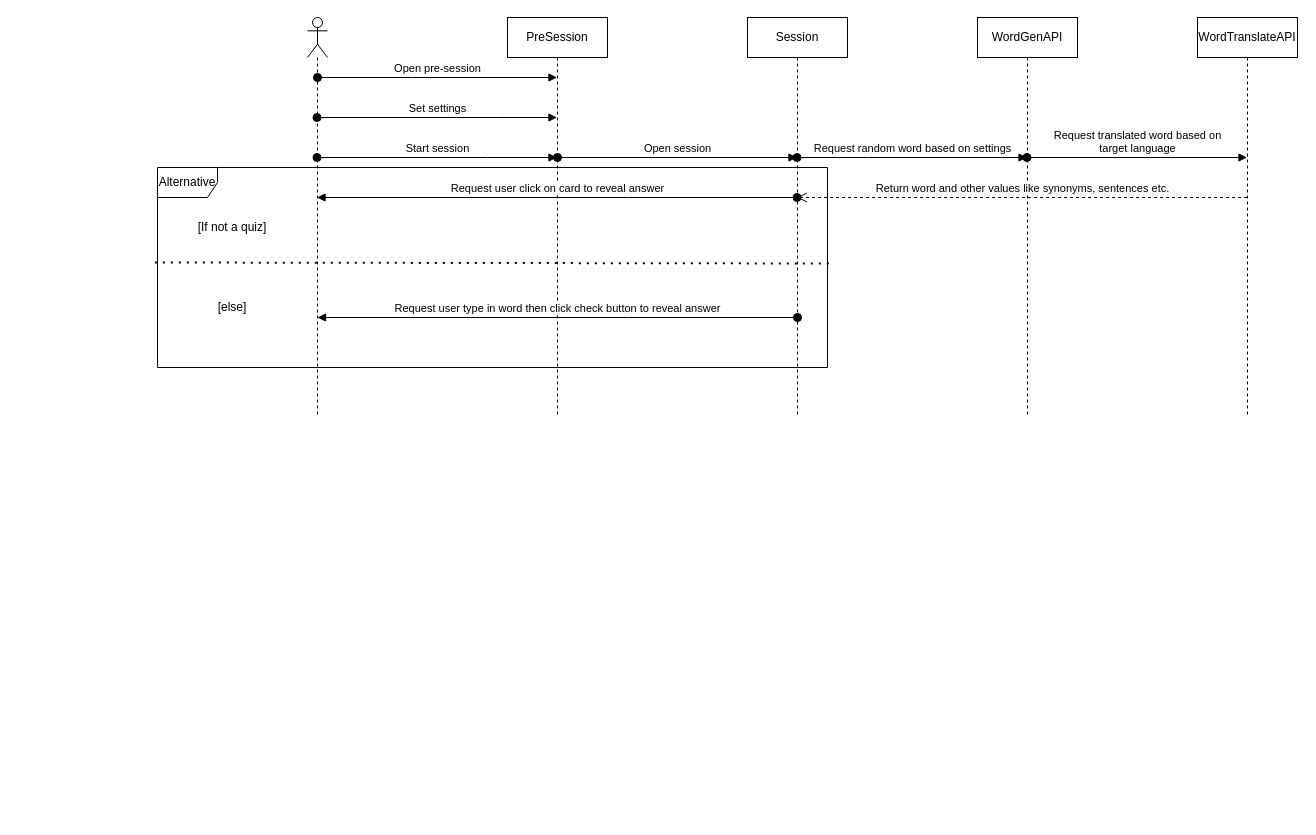
Above: docs/diagrams/sequence/linguaFlashSessionSequenceDiagram.drawio in empty-works/lingua-flash (draw.io), before the change. Source tidied: cells renumbered, new cells numbered last; positions are measured from the earlier drawing's top-left corner, leaving out a move shared by most shapes. Both pictures are drawn from the tidied source at 100%, with x=0, y=0 at pixel (157, 17).
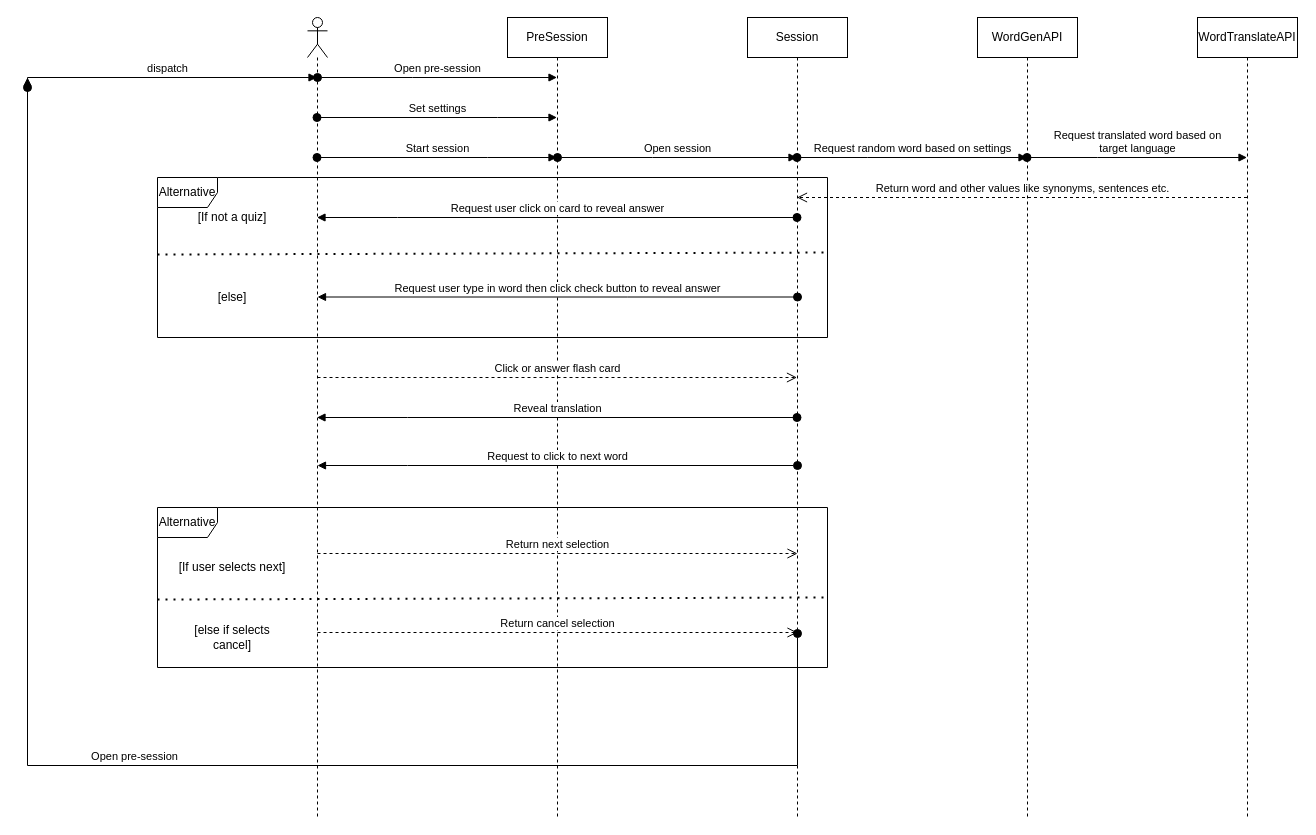
Above is the later version.

Commit message:
Update linguaFlashSessionSequenceDiagram.drawio - how to handle flash card functionality

Diff of the diagram source:
```diff
@@
     <mxCell id="2" style="shape=umlLifeline;perimeter=lifelinePerimeter;whiteSpace=wrap;html=1;outlineConnect=0;portConstraint=eastwest;newEdgeStyle={&quot;edgeStyle&quot;:&quot;elbowEdgeStyle&quot;,&quot;elbow&quot;:&quot;vertical&quot;,&quot;curved&quot;:0,&quot;rounded&quot;:0};participant=umlActor;" parent="1" vertex="1">
-      <mxGeometry x="150" width="20" height="400" as="geometry" />
+      <mxGeometry x="150" width="20" height="800" as="geometry" />
     </mxCell>
     <mxCell id="3" value="PreSession" style="shape=umlLifeline;perimeter=lifelinePerimeter;whiteSpace=wrap;html=1;outlineConnect=0;portConstraint=eastwest;newEdgeStyle={&quot;edgeStyle&quot;:&quot;elbowEdgeStyle&quot;,&quot;elbow&quot;:&quot;vertical&quot;,&quot;curved&quot;:0,&quot;rounded&quot;:0};" parent="1" vertex="1">
-      <mxGeometry x="350" width="100" height="400" as="geometry" />
+      <mxGeometry x="350" width="100" height="800" as="geometry" />
     </mxCell>
@@
     <mxCell id="6" value="Session" style="shape=umlLifeline;perimeter=lifelinePerimeter;whiteSpace=wrap;html=1;outlineConnect=0;portConstraint=eastwest;newEdgeStyle={&quot;edgeStyle&quot;:&quot;elbowEdgeStyle&quot;,&quot;elbow&quot;:&quot;vertical&quot;,&quot;curved&quot;:0,&quot;rounded&quot;:0};" parent="1" vertex="1">
-      <mxGeometry x="590" width="100" height="400" as="geometry" />
+      <mxGeometry x="590" width="100" height="800" as="geometry" />
     </mxCell>
@@
     <mxCell id="9" value="WordGenAPI" style="shape=umlLifeline;perimeter=lifelinePerimeter;whiteSpace=wrap;html=1;outlineConnect=0;portConstraint=eastwest;newEdgeStyle={&quot;edgeStyle&quot;:&quot;elbowEdgeStyle&quot;,&quot;elbow&quot;:&quot;vertical&quot;,&quot;curved&quot;:0,&quot;rounded&quot;:0};" parent="1" vertex="1">
-      <mxGeometry x="820" width="100" height="400" as="geometry" />
+      <mxGeometry x="820" width="100" height="800" as="geometry" />
     </mxCell>
     <mxCell id="10" value="WordTranslateAPI" style="shape=umlLifeline;perimeter=lifelinePerimeter;whiteSpace=wrap;html=1;outlineConnect=0;portConstraint=eastwest;newEdgeStyle={&quot;edgeStyle&quot;:&quot;elbowEdgeStyle&quot;,&quot;elbow&quot;:&quot;vertical&quot;,&quot;curved&quot;:0,&quot;rounded&quot;:0};" parent="1" vertex="1">
-      <mxGeometry x="1040" width="100" height="400" as="geometry" />
+      <mxGeometry x="1040" width="100" height="800" as="geometry" />
     </mxCell>
@@
     <mxCell id="14" value="Request user click on card to reveal answer" style="html=1;verticalAlign=bottom;startArrow=oval;startFill=1;endArrow=block;startSize=8;edgeStyle=elbowEdgeStyle;elbow=vertical;curved=0;rounded=0;" parent="1" edge="1" source="6" target="2">
       <mxGeometry relative="1" as="geometry">
         <Array as="points">
+          <mxPoint x="240" y="200" />
           <mxPoint x="470" y="180" />
         </Array>
       </mxGeometry>
     </mxCell>
     <mxCell id="15" value="&lt;div&gt;Alternative&lt;/div&gt;" style="shape=umlFrame;whiteSpace=wrap;html=1;" parent="1" vertex="1">
-      <mxGeometry y="150" width="670" height="200" as="geometry" />
+      <mxGeometry y="160" width="670" height="160" as="geometry" />
     </mxCell>
-    <mxCell id="16" style="endArrow=none;dashed=1;html=1;dashPattern=1 3;strokeWidth=2;rounded=0;exitX=-0.004;exitY=0.475;exitDx=0;exitDy=0;exitPerimeter=0;entryX=1.004;entryY=0.48;entryDx=0;entryDy=0;entryPerimeter=0;" parent="1" edge="1" source="15" target="15">
-      <mxGeometry relative="1" as="geometry" />
+    <mxCell id="16" style="endArrow=none;dashed=1;html=1;dashPattern=1 3;strokeWidth=2;rounded=0;entryX=1.003;entryY=0.469;entryDx=0;entryDy=0;entryPerimeter=0;" parent="1" edge="1" target="15">
+      <mxGeometry relative="1" as="geometry">
+        <mxPoint y="237" as="sourcePoint" />
+      </mxGeometry>
     </mxCell>
     <mxCell id="17" value="[If not a quiz]" style="text;html=1;strokeColor=none;fillColor=none;align=center;verticalAlign=middle;whiteSpace=wrap;rounded=0;" parent="1" vertex="1">
-      <mxGeometry x="20" y="190" width="110" height="40" as="geometry" />
+      <mxGeometry x="20" y="180" width="110" height="40" as="geometry" />
     </mxCell>
     <mxCell id="18" value="[else]" style="text;html=1;strokeColor=none;fillColor=none;align=center;verticalAlign=middle;whiteSpace=wrap;rounded=0;" parent="1" vertex="1">
-      <mxGeometry x="20" y="270" width="110" height="40" as="geometry" />
+      <mxGeometry x="20" y="260" width="110" height="40" as="geometry" />
     </mxCell>
     <mxCell id="19" value="Request user type in word then click check button to reveal answer" style="html=1;verticalAlign=bottom;startArrow=oval;startFill=1;endArrow=block;startSize=8;edgeStyle=elbowEdgeStyle;elbow=vertical;curved=0;rounded=0;" parent="1" edge="1">
       <mxGeometry relative="1" as="geometry">
-        <mxPoint x="640" y="300" as="sourcePoint" />
-        <mxPoint x="160" y="300" as="targetPoint" />
+        <mxPoint x="640" y="279.5" as="sourcePoint" />
+        <mxPoint x="160" y="279.5" as="targetPoint" />
         <Array as="points">
-          <mxPoint x="470" y="300" />
+          <mxPoint x="470" y="279.5" />
         </Array>
       </mxGeometry>
     </mxCell>
+    <mxCell id="20" value="Click or answer flash card" style="html=1;verticalAlign=bottom;endArrow=open;dashed=1;endSize=8;edgeStyle=elbowEdgeStyle;elbow=vertical;curved=0;rounded=0;" parent="1" edge="1" target="6">
+      <mxGeometry relative="1" as="geometry">
+        <mxPoint x="160" y="360" as="sourcePoint" />
+      </mxGeometry>
+    </mxCell>
+    <mxCell id="21" value="Reveal translation" style="html=1;verticalAlign=bottom;startArrow=oval;startFill=1;endArrow=block;startSize=8;edgeStyle=elbowEdgeStyle;elbow=vertical;curved=0;rounded=0;" parent="1" edge="1" source="6" target="2">
+      <mxGeometry relative="1" as="geometry">
+        <Array as="points">
+          <mxPoint x="250" y="400" />
+        </Array>
+      </mxGeometry>
+    </mxCell>
+    <mxCell id="22" value="Request to click to next word" style="html=1;verticalAlign=bottom;startArrow=oval;startFill=1;endArrow=block;startSize=8;edgeStyle=elbowEdgeStyle;elbow=vertical;curved=0;rounded=0;" parent="1" edge="1">
+      <mxGeometry relative="1" as="geometry">
+        <mxPoint x="640" y="448" as="sourcePoint" />
+        <mxPoint x="160" y="448" as="targetPoint" />
+        <Array as="points">
+          <mxPoint x="250" y="448" />
+        </Array>
+      </mxGeometry>
+    </mxCell>
+    <mxCell id="23" value="&lt;div&gt;Alternative&lt;/div&gt;" style="shape=umlFrame;whiteSpace=wrap;html=1;" parent="1" vertex="1">
+      <mxGeometry y="490" width="670" height="160" as="geometry" />
+    </mxCell>
+    <mxCell id="24" value="[If user selects next]" style="text;html=1;strokeColor=none;fillColor=none;align=center;verticalAlign=middle;whiteSpace=wrap;rounded=0;" parent="1" vertex="1">
+      <mxGeometry x="20" y="530" width="110" height="40" as="geometry" />
+    </mxCell>
+    <mxCell id="25" style="endArrow=none;dashed=1;html=1;dashPattern=1 3;strokeWidth=2;rounded=0;entryX=1.003;entryY=0.469;entryDx=0;entryDy=0;entryPerimeter=0;" parent="1" edge="1">
+      <mxGeometry relative="1" as="geometry">
+        <mxPoint y="582" as="sourcePoint" />
+        <mxPoint x="672" y="580" as="targetPoint" />
+      </mxGeometry>
+    </mxCell>
+    <mxCell id="26" value="[else if selects cancel]" style="text;html=1;strokeColor=none;fillColor=none;align=center;verticalAlign=middle;whiteSpace=wrap;rounded=0;" parent="1" vertex="1">
+      <mxGeometry x="20" y="600" width="110" height="40" as="geometry" />
+    </mxCell>
+    <mxCell id="27" value="Return next selection" style="html=1;verticalAlign=bottom;endArrow=open;dashed=1;endSize=8;edgeStyle=elbowEdgeStyle;elbow=vertical;curved=0;rounded=0;" parent="1" edge="1">
+      <mxGeometry relative="1" as="geometry">
+        <mxPoint x="160" y="536" as="sourcePoint" />
+        <mxPoint x="640" y="536" as="targetPoint" />
+      </mxGeometry>
+    </mxCell>
+    <mxCell id="28" value="Return cancel selection" style="html=1;verticalAlign=bottom;endArrow=open;dashed=1;endSize=8;edgeStyle=elbowEdgeStyle;elbow=vertical;curved=0;rounded=0;" parent="1" edge="1">
+      <mxGeometry relative="1" as="geometry">
+        <mxPoint x="160" y="615" as="sourcePoint" />
+        <mxPoint x="640" y="615" as="targetPoint" />
+      </mxGeometry>
+    </mxCell>
+    <mxCell id="29" value="Open pre-session" style="html=1;verticalAlign=bottom;startArrow=oval;startFill=1;endArrow=block;startSize=8;edgeStyle=elbowEdgeStyle;elbow=vertical;curved=0;rounded=0;" parent="1" edge="1">
+      <mxGeometry relative="1" as="geometry">
+        <mxPoint x="640" y="616" as="sourcePoint" />
+        <mxPoint x="-130" y="60" as="targetPoint" />
+        <Array as="points">
+          <mxPoint x="-130" y="748" />
+          <mxPoint x="-130" y="56" />
+          <mxPoint x="-130" y="70" />
+          <mxPoint x="-130" y="60" />
+          <mxPoint x="-130" y="56" />
+        </Array>
+      </mxGeometry>
+    </mxCell>
+    <mxCell id="30" value="dispatch" style="html=1;verticalAlign=bottom;startArrow=oval;startFill=1;endArrow=block;startSize=8;edgeStyle=elbowEdgeStyle;elbow=vertical;curved=0;rounded=0;" parent="1" edge="1" target="2">
+      <mxGeometry relative="1" as="geometry">
+        <mxPoint x="-130" y="70" as="sourcePoint" />
+        <Array as="points">
+          <mxPoint x="120" y="60" />
+        </Array>
+      </mxGeometry>
+    </mxCell>
```
